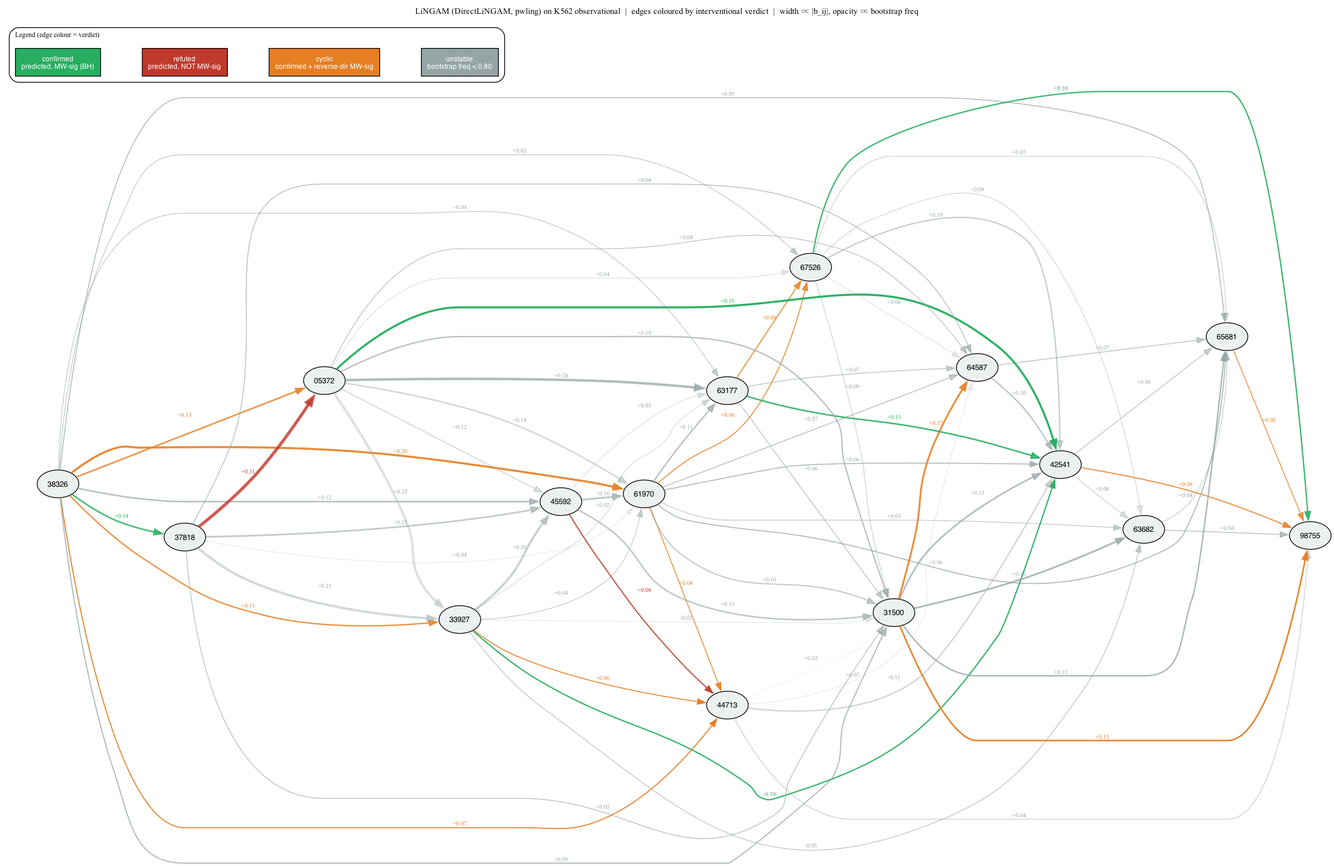
Above: causalbench_plots/k562_causal_graph.png in Oles-code/M2R_Project (Graphviz), before the change. Its source is kept beside it as causalbench_plots/k562_causal_graph.gv.
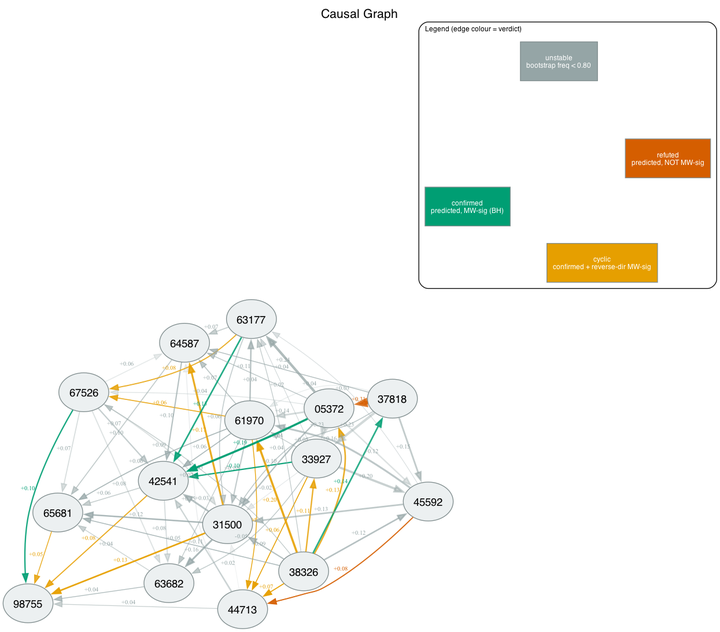
Later version of the same file.

The edit, as a diff of the source:
```diff
@@ -1,53 +1,54 @@
 digraph causal {
-	fontsize=11 label="LiNGAM (DirectLiNGAM, pwling) on K562 observational  |  edges coloured by interventional verdict  |  width ∝ |b_ij|, opacity ∝ bootstrap freq" labelloc=t overlap=false rankdir=LR splines=true
-	ENSG00000142541 [label=42541 comment=ENSG00000142541 fillcolor="#ecf0f1" fontname=Helvetica fontsize=10 shape=ellipse style=filled]
-	ENSG00000161970 [label=61970 comment=ENSG00000161970 fillcolor="#ecf0f1" fontname=Helvetica fontsize=10 shape=ellipse style=filled]
-	ENSG00000265681 [label=65681 comment=ENSG00000265681 fillcolor="#ecf0f1" fontname=Helvetica fontsize=10 shape=ellipse style=filled]
-	ENSG00000198755 [label=98755 comment=ENSG00000198755 fillcolor="#ecf0f1" fontname=Helvetica fontsize=10 shape=ellipse style=filled]
-	ENSG00000233927 [label=33927 comment=ENSG00000233927 fillcolor="#ecf0f1" fontname=Helvetica fontsize=10 shape=ellipse style=filled]
-	ENSG00000138326 [label=38326 comment=ENSG00000138326 fillcolor="#ecf0f1" fontname=Helvetica fontsize=10 shape=ellipse style=filled]
-	ENSG00000164587 [label=64587 comment=ENSG00000164587 fillcolor="#ecf0f1" fontname=Helvetica fontsize=10 shape=ellipse style=filled]
-	ENSG00000145592 [label=45592 comment=ENSG00000145592 fillcolor="#ecf0f1" fontname=Helvetica fontsize=10 shape=ellipse style=filled]
-	ENSG00000163682 [label=63682 comment=ENSG00000163682 fillcolor="#ecf0f1" fontname=Helvetica fontsize=10 shape=ellipse style=filled]
-	ENSG00000144713 [label=44713 comment=ENSG00000144713 fillcolor="#ecf0f1" fontname=Helvetica fontsize=10 shape=ellipse style=filled]
-	ENSG00000167526 [label=67526 comment=ENSG00000167526 fillcolor="#ecf0f1" fontname=Helvetica fontsize=10 shape=ellipse style=filled]
-	ENSG00000231500 [label=31500 comment=ENSG00000231500 fillcolor="#ecf0f1" fontname=Helvetica fontsize=10 shape=ellipse style=filled]
-	ENSG00000063177 [label=63177 comment=ENSG00000063177 fillcolor="#ecf0f1" fontname=Helvetica fontsize=10 shape=ellipse style=filled]
-	ENSG00000105372 [label=05372 comment=ENSG00000105372 fillcolor="#ecf0f1" fontname=Helvetica fontsize=10 shape=ellipse style=filled]
-	ENSG00000137818 [label=37818 comment=ENSG00000137818 fillcolor="#ecf0f1" fontname=Helvetica fontsize=10 shape=ellipse style=filled]
+	K=0.6 fontname=Helvetica fontsize=16 label="Causal Graph" labelloc=t overlap=false sep="+6" splines=true
+	node [color="#7f8c8d" fillcolor="#ecf0f1" fixedsize=false fontname=Helvetica fontsize=14 height=0.7 shape=ellipse style=filled width=0.9]
+	ENSG00000142541 [label=42541 comment=ENSG00000142541]
+	ENSG00000161970 [label=61970 comment=ENSG00000161970]
+	ENSG00000265681 [label=65681 comment=ENSG00000265681]
+	ENSG00000198755 [label=98755 comment=ENSG00000198755]
+	ENSG00000233927 [label=33927 comment=ENSG00000233927]
+	ENSG00000138326 [label=38326 comment=ENSG00000138326]
+	ENSG00000164587 [label=64587 comment=ENSG00000164587]
+	ENSG00000145592 [label=45592 comment=ENSG00000145592]
+	ENSG00000163682 [label=63682 comment=ENSG00000163682]
+	ENSG00000144713 [label=44713 comment=ENSG00000144713]
+	ENSG00000167526 [label=67526 comment=ENSG00000167526]
+	ENSG00000231500 [label=31500 comment=ENSG00000231500]
+	ENSG00000063177 [label=63177 comment=ENSG00000063177]
+	ENSG00000105372 [label=05372 comment=ENSG00000105372]
+	ENSG00000137818 [label=37818 comment=ENSG00000137818]
 	ENSG00000142541 -> ENSG00000265681 [label="+0.06" color="#95a5a685" fontcolor="#95a5a6" fontsize=8 penwidth=1.27]
-	ENSG00000142541 -> ENSG00000198755 [label="+0.08" color="#e67e22DE" fontcolor="#e67e22" fontsize=8 penwidth=1.42]
+	ENSG00000142541 -> ENSG00000198755 [label="+0.08" color="#E69F00DE" fontcolor="#E69F00" fontsize=8 penwidth=1.42]
 	ENSG00000142541 -> ENSG00000163682 [label="+0.08" color="#95a5a65C" fontcolor="#95a5a6" fontsize=8 penwidth=1.50]
 	ENSG00000161970 -> ENSG00000142541 [label="+0.06" color="#95a5a6C9" fontcolor="#95a5a6" fontsize=8 penwidth=1.22]
 	ENSG00000161970 -> ENSG00000265681 [label="+0.06" color="#95a5a6C9" fontcolor="#95a5a6" fontsize=8 penwidth=1.28]
 	ENSG00000161970 -> ENSG00000164587 [label="+0.07" color="#95a5a69C" fontcolor="#95a5a6" fontsize=8 penwidth=1.31]
 	ENSG00000161970 -> ENSG00000163682 [label="+0.03" color="#95a5a699" fontcolor="#95a5a6" fontsize=8 penwidth=0.97]
-	ENSG00000161970 -> ENSG00000144713 [label="+0.04" color="#e67e22EB" fontcolor="#e67e22" fontsize=8 penwidth=1.09]
-	ENSG00000161970 -> ENSG00000167526 [label="+0.06" color="#e67e22DE" fontcolor="#e67e22" fontsize=8 penwidth=1.23]
+	ENSG00000161970 -> ENSG00000144713 [label="+0.04" color="#E69F00EB" fontcolor="#E69F00" fontsize=8 penwidth=1.09]
+	ENSG00000161970 -> ENSG00000167526 [label="+0.06" color="#E69F00DE" fontcolor="#E69F00" fontsize=8 penwidth=1.23]
 	ENSG00000161970 -> ENSG00000231500 [label="+0.10" color="#95a5a68F" fontcolor="#95a5a6" fontsize=8 penwidth=1.64]
 	ENSG00000161970 -> ENSG00000063177 [label="+0.11" color="#95a5a6B0" fontcolor="#95a5a6" fontsize=8 penwidth=1.84]
-	ENSG00000265681 -> ENSG00000198755 [label="+0.05" color="#e67e22D4" fontcolor="#e67e22" fontsize=8 penwidth=1.15]
-	ENSG00000233927 -> ENSG00000142541 [label=-0.10 color="#27ae60F0" fontcolor="#27ae60" fontsize=8 penwidth=1.66]
+	ENSG00000265681 -> ENSG00000198755 [label="+0.05" color="#E69F00D4" fontcolor="#E69F00" fontsize=8 penwidth=1.15]
+	ENSG00000233927 -> ENSG00000142541 [label=-0.10 color="#009E73F0" fontcolor="#009E73" fontsize=8 penwidth=1.66]
 	ENSG00000233927 -> ENSG00000161970 [label="+0.04" color="#95a5a68A" fontcolor="#95a5a6" fontsize=8 penwidth=1.04]
 	ENSG00000233927 -> ENSG00000145592 [label="+0.20" color="#95a5a682" fontcolor="#95a5a6" fontsize=8 penwidth=2.82]
 	ENSG00000233927 -> ENSG00000163682 [label=-0.05 color="#95a5a694" fontcolor="#95a5a6" fontsize=8 penwidth=1.12]
-	ENSG00000233927 -> ENSG00000144713 [label="+0.06" color="#e67e22F7" fontcolor="#e67e22" fontsize=8 penwidth=1.20]
+	ENSG00000233927 -> ENSG00000144713 [label="+0.06" color="#E69F00F7" fontcolor="#E69F00" fontsize=8 penwidth=1.20]
 	ENSG00000233927 -> ENSG00000231500 [label=-0.02 color="#95a5a642" fontcolor="#95a5a6" fontsize=8 penwidth=0.85]
 	ENSG00000233927 -> ENSG00000063177 [label="+0.02" color="#95a5a673" fontcolor="#95a5a6" fontsize=8 penwidth=0.82]
-	ENSG00000138326 -> ENSG00000161970 [label="+0.20" color="#e67e22E3" fontcolor="#e67e22" fontsize=8 penwidth=2.73]
+	ENSG00000138326 -> ENSG00000161970 [label="+0.20" color="#E69F00E3" fontcolor="#E69F00" fontsize=8 penwidth=2.73]
 	ENSG00000138326 -> ENSG00000265681 [label="+0.05" color="#95a5a6C7" fontcolor="#95a5a6" fontsize=8 penwidth=1.14]
-	ENSG00000138326 -> ENSG00000233927 [label="+0.11" color="#e67e22D1" fontcolor="#e67e22" fontsize=8 penwidth=1.82]
+	ENSG00000138326 -> ENSG00000233927 [label="+0.11" color="#E69F00D1" fontcolor="#E69F00" fontsize=8 penwidth=1.82]
 	ENSG00000138326 -> ENSG00000145592 [label="+0.12" color="#95a5a6B2" fontcolor="#95a5a6" fontsize=8 penwidth=1.95]
-	ENSG00000138326 -> ENSG00000144713 [label="+0.07" color="#e67e22FA" fontcolor="#e67e22" fontsize=8 penwidth=1.32]
+	ENSG00000138326 -> ENSG00000144713 [label="+0.07" color="#E69F00FA" fontcolor="#E69F00" fontsize=8 penwidth=1.32]
 	ENSG00000138326 -> ENSG00000167526 [label="+0.03" color="#95a5a699" fontcolor="#95a5a6" fontsize=8 penwidth=0.97]
 	ENSG00000138326 -> ENSG00000231500 [label="+0.09" color="#95a5a6B2" fontcolor="#95a5a6" fontsize=8 penwidth=1.60]
 	ENSG00000138326 -> ENSG00000063177 [label="+0.04" color="#95a5a691" fontcolor="#95a5a6" fontsize=8 penwidth=1.01]
-	ENSG00000138326 -> ENSG00000105372 [label="+0.13" color="#e67e22D4" fontcolor="#e67e22" fontsize=8 penwidth=1.99]
-	ENSG00000138326 -> ENSG00000137818 [label="+0.14" color="#27ae60D1" fontcolor="#27ae60" fontsize=8 penwidth=2.10]
+	ENSG00000138326 -> ENSG00000105372 [label="+0.13" color="#E69F00D4" fontcolor="#E69F00" fontsize=8 penwidth=1.99]
+	ENSG00000138326 -> ENSG00000137818 [label="+0.14" color="#009E73D1" fontcolor="#009E73" fontsize=8 penwidth=2.10]
 	ENSG00000164587 -> ENSG00000142541 [label="+0.10" color="#95a5a6AD" fontcolor="#95a5a6" fontsize=8 penwidth=1.65]
 	ENSG00000164587 -> ENSG00000265681 [label="+0.07" color="#95a5a691" fontcolor="#95a5a6" fontsize=8 penwidth=1.31]
 	ENSG00000145592 -> ENSG00000161970 [label="+0.16" color="#95a5a69E" fontcolor="#95a5a6" fontsize=8 penwidth=2.38]
-	ENSG00000145592 -> ENSG00000144713 [label="+0.08" color="#c0392bED" fontcolor="#c0392b" fontsize=8 penwidth=1.44]
+	ENSG00000145592 -> ENSG00000144713 [label="+0.08" color="#D55E00ED" fontcolor="#D55E00" fontsize=8 penwidth=1.44]
 	ENSG00000145592 -> ENSG00000231500 [label="+0.13" color="#95a5a699" fontcolor="#95a5a6" fontsize=8 penwidth=2.04]
 	ENSG00000145592 -> ENSG00000063177 [label="+0.03" color="#95a5a659" fontcolor="#95a5a6" fontsize=8 penwidth=0.93]
 	ENSG00000163682 -> ENSG00000265681 [label="+0.04" color="#95a5a680" fontcolor="#95a5a6" fontsize=8 penwidth=1.05]
@@ -58,20 +59,20 @@
 	ENSG00000144713 -> ENSG00000231500 [label="+0.02" color="#95a5a626" fontcolor="#95a5a6" fontsize=8 penwidth=0.82]
 	ENSG00000167526 -> ENSG00000142541 [label="+0.10" color="#95a5a68A" fontcolor="#95a5a6" fontsize=8 penwidth=1.73]
 	ENSG00000167526 -> ENSG00000265681 [label="+0.07" color="#95a5a65E" fontcolor="#95a5a6" fontsize=8 penwidth=1.36]
-	ENSG00000167526 -> ENSG00000198755 [label="+0.10" color="#27ae60E6" fontcolor="#27ae60" fontsize=8 penwidth=1.74]
+	ENSG00000167526 -> ENSG00000198755 [label="+0.10" color="#009E73E6" fontcolor="#009E73" fontsize=8 penwidth=1.74]
 	ENSG00000167526 -> ENSG00000164587 [label="+0.06" color="#95a5a63B" fontcolor="#95a5a6" fontsize=8 penwidth=1.26]
 	ENSG00000167526 -> ENSG00000163682 [label="+0.08" color="#95a5a64F" fontcolor="#95a5a6" fontsize=8 penwidth=1.49]
 	ENSG00000167526 -> ENSG00000231500 [label="+0.09" color="#95a5a652" fontcolor="#95a5a6" fontsize=8 penwidth=1.62]
 	ENSG00000231500 -> ENSG00000142541 [label="+0.15" color="#95a5a6B0" fontcolor="#95a5a6" fontsize=8 penwidth=2.26]
 	ENSG00000231500 -> ENSG00000265681 [label="+0.12" color="#95a5a6C9" fontcolor="#95a5a6" fontsize=8 penwidth=1.88]
-	ENSG00000231500 -> ENSG00000198755 [label="+0.13" color="#e67e22F0" fontcolor="#e67e22" fontsize=8 penwidth=2.06]
-	ENSG00000231500 -> ENSG00000164587 [label="+0.17" color="#e67e22DB" fontcolor="#e67e22" fontsize=8 penwidth=2.43]
+	ENSG00000231500 -> ENSG00000198755 [label="+0.13" color="#E69F00F0" fontcolor="#E69F00" fontsize=8 penwidth=2.06]
+	ENSG00000231500 -> ENSG00000164587 [label="+0.17" color="#E69F00DB" fontcolor="#E69F00" fontsize=8 penwidth=2.43]
 	ENSG00000231500 -> ENSG00000163682 [label="+0.16" color="#95a5a6C4" fontcolor="#95a5a6" fontsize=8 penwidth=2.29]
-	ENSG00000063177 -> ENSG00000142541 [label="+0.13" color="#27ae60DB" fontcolor="#27ae60" fontsize=8 penwidth=2.04]
+	ENSG00000063177 -> ENSG00000142541 [label="+0.13" color="#009E73DB" fontcolor="#009E73" fontsize=8 penwidth=2.04]
 	ENSG00000063177 -> ENSG00000164587 [label="+0.07" color="#95a5a685" fontcolor="#95a5a6" fontsize=8 penwidth=1.39]
-	ENSG00000063177 -> ENSG00000167526 [label="+0.08" color="#e67e22D4" fontcolor="#e67e22" fontsize=8 penwidth=1.43]
+	ENSG00000063177 -> ENSG00000167526 [label="+0.08" color="#E69F00D4" fontcolor="#E69F00" fontsize=8 penwidth=1.43]
 	ENSG00000063177 -> ENSG00000231500 [label="+0.06" color="#95a5a68A" fontcolor="#95a5a6" fontsize=8 penwidth=1.29]
-	ENSG00000105372 -> ENSG00000142541 [label="+0.19" color="#27ae60F5" fontcolor="#27ae60" fontsize=8 penwidth=2.69]
+	ENSG00000105372 -> ENSG00000142541 [label="+0.19" color="#009E73F5" fontcolor="#009E73" fontsize=8 penwidth=2.69]
 	ENSG00000105372 -> ENSG00000161970 [label="+0.14" color="#95a5a669" fontcolor="#95a5a6" fontsize=8 penwidth=2.15]
 	ENSG00000105372 -> ENSG00000233927 [label="+0.23" color="#95a5a657" fontcolor="#95a5a6" fontsize=8 penwidth=3.15]
 	ENSG00000105372 -> ENSG00000164587 [label="+0.04" color="#95a5a6A3" fontcolor="#95a5a6" fontsize=8 penwidth=1.04]
@@ -84,13 +85,13 @@
 	ENSG00000137818 -> ENSG00000164587 [label="+0.04" color="#95a5a6BA" fontcolor="#95a5a6" fontsize=8 penwidth=1.06]
 	ENSG00000137818 -> ENSG00000145592 [label="+0.15" color="#95a5a691" fontcolor="#95a5a6" fontsize=8 penwidth=2.23]
 	ENSG00000137818 -> ENSG00000231500 [label="+0.05" color="#95a5a69E" fontcolor="#95a5a6" fontsize=8 penwidth=1.18]
-	ENSG00000137818 -> ENSG00000105372 [label="+0.31" color="#c0392bCF" fontcolor="#c0392b" fontsize=8 penwidth=4.00]
+	ENSG00000137818 -> ENSG00000105372 [label="+0.31" color="#D55E00CF" fontcolor="#D55E00" fontsize=8 penwidth=4.00]
 	subgraph cluster_legend {
 		fontsize=9 label="Legend (edge colour = verdict)" labeljust=l style=rounded
-		legend_confirmed [label="confirmed\npredicted, MW-sig (BH)" fillcolor="#27ae60" fontcolor=white fontname=Helvetica fontsize=9 shape=box style=filled]
-		legend_refuted [label="refuted\npredicted, NOT MW-sig" fillcolor="#c0392b" fontcolor=white fontname=Helvetica fontsize=9 shape=box style=filled]
+		legend_confirmed [label="confirmed\npredicted, MW-sig (BH)" fillcolor="#009E73" fontcolor=white fontname=Helvetica fontsize=9 shape=box style=filled]
+		legend_refuted [label="refuted\npredicted, NOT MW-sig" fillcolor="#D55E00" fontcolor=white fontname=Helvetica fontsize=9 shape=box style=filled]
 		legend_confirmed -> legend_refuted [style=invis]
-		legend_cyclic [label="cyclic\nconfirmed + reverse-dir MW-sig" fillcolor="#e67e22" fontcolor=white fontname=Helvetica fontsize=9 shape=box style=filled]
+		legend_cyclic [label="cyclic\nconfirmed + reverse-dir MW-sig" fillcolor="#E69F00" fontcolor=white fontname=Helvetica fontsize=9 shape=box style=filled]
 		legend_refuted -> legend_cyclic [style=invis]
 		legend_unstable [label="unstable\nbootstrap freq < 0.80" fillcolor="#95a5a6" fontcolor=white fontname=Helvetica fontsize=9 shape=box style=filled]
 		legend_cyclic -> legend_unstable [style=invis]
```
